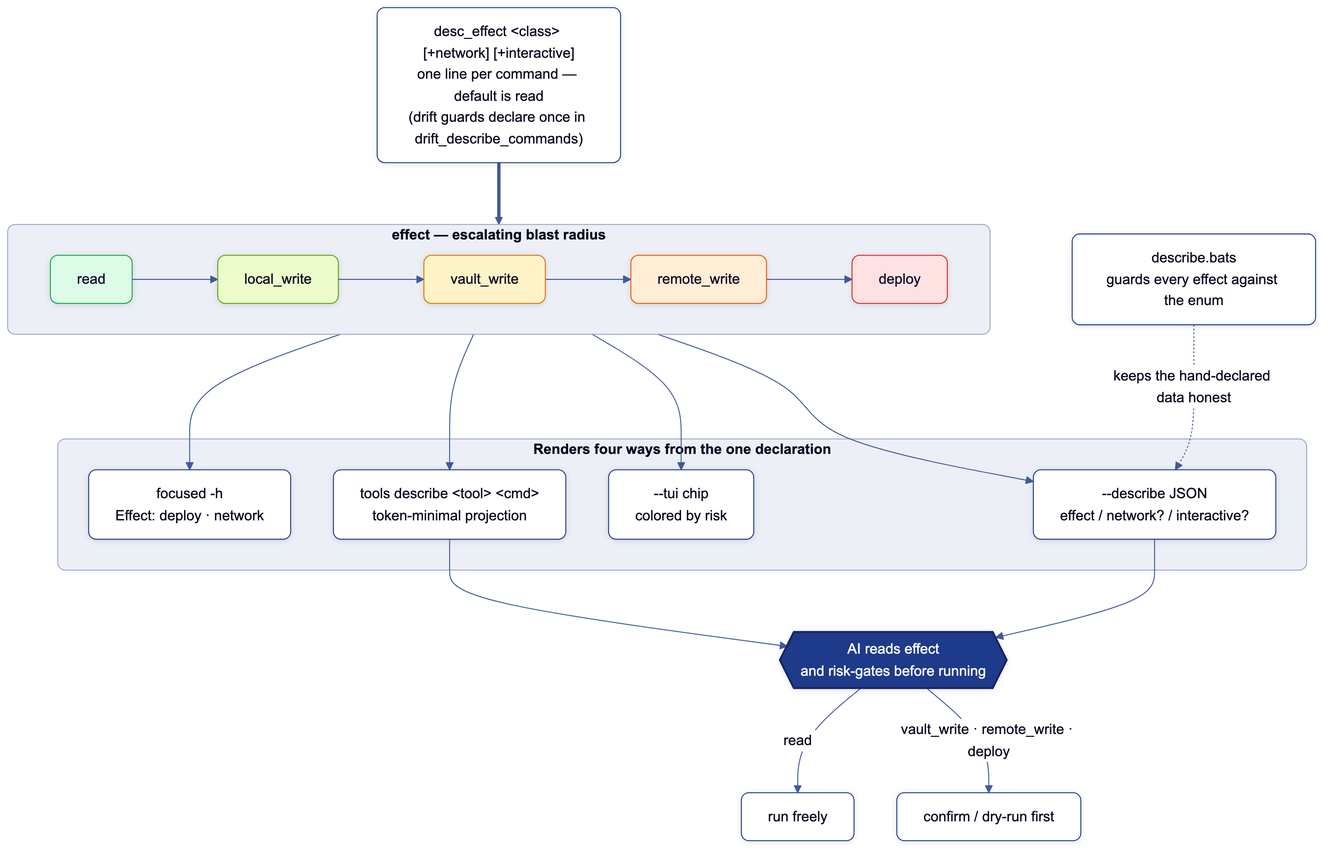
joeseverino/tools keeps this Mermaid diagram as docs/diagrams/effect-contract.png. Above is the earlier version. Its source is kept beside it as docs/diagrams/effect-contract.mmd.
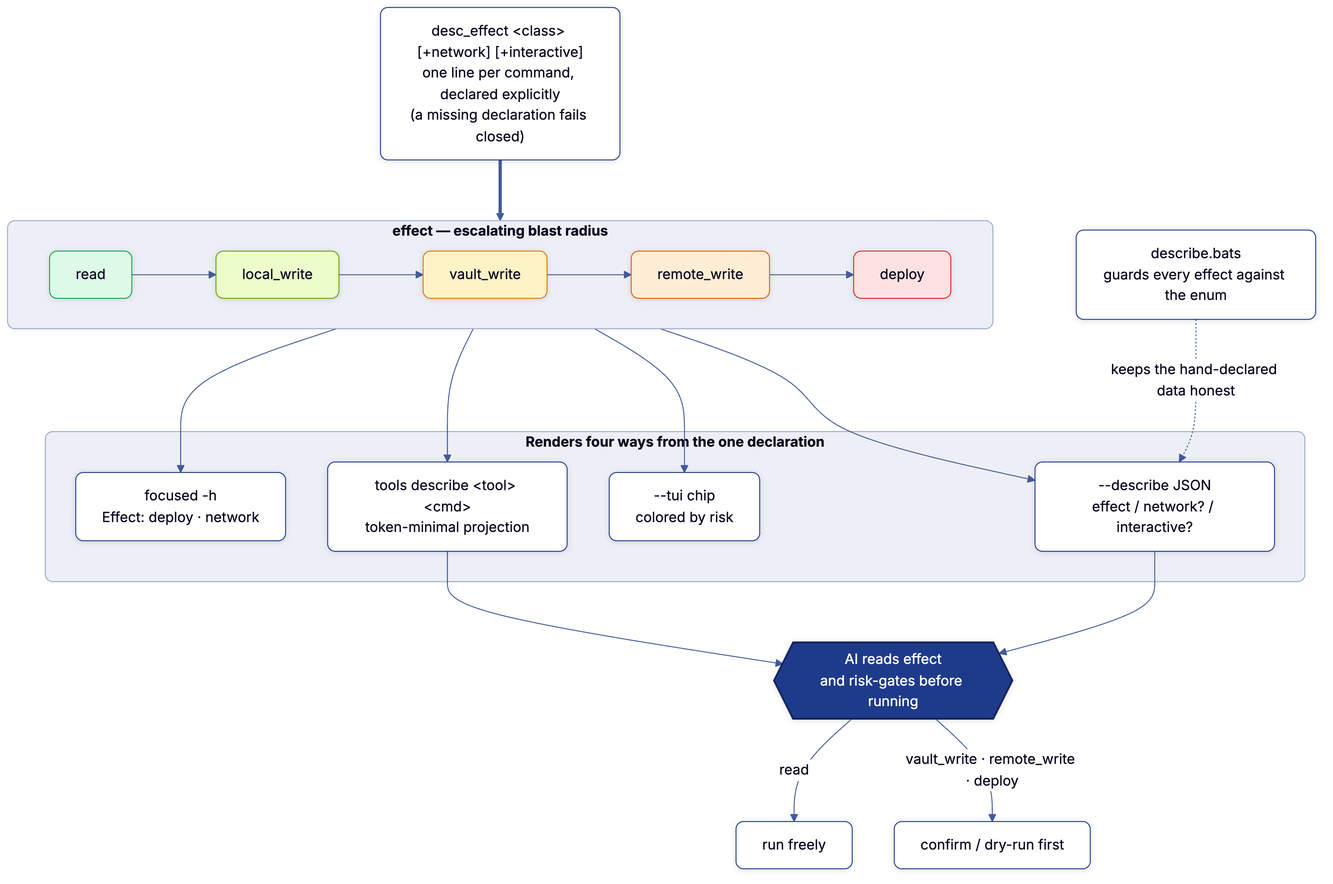
After the commit.

Change to the diagram source:
```diff
@@ -1,6 +1,6 @@
 %%{init: {'flowchart': {'rankSpacing': 65, 'nodeSpacing': 45}}}%%
 flowchart TB
-    decl["desc_effect &lt;class&gt; [+network] [+interactive]<br/>one line per command — default is read<br/>(drift guards declare once in drift_describe_commands)"]
+    decl["desc_effect &lt;class&gt; [+network] [+interactive]<br/>one line per command, declared explicitly<br/>(a missing declaration fails closed)"]
 
     subgraph ladder["effect — escalating blast radius"]
         direction LR
```
